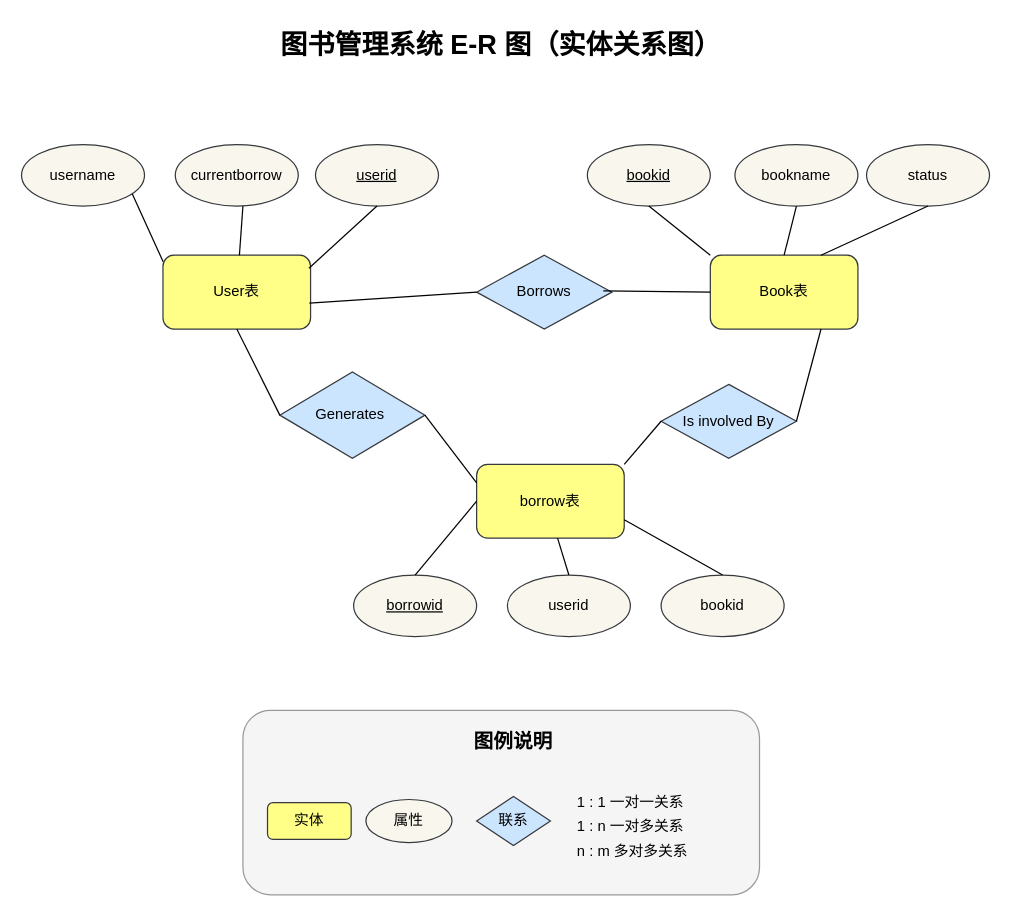
Earlier version of the draw.io diagram er-diagram/e-r图.drawio (huy264128-netizen/sql-homework). Source tidied: cells renumbered, new cells numbered last; positions are measured from the earlier drawing's top-left corner, leaving out a move shared by most shapes. Both pictures are drawn from the tidied source at 123%, with x=0, y=0 at pixel (21, 21).
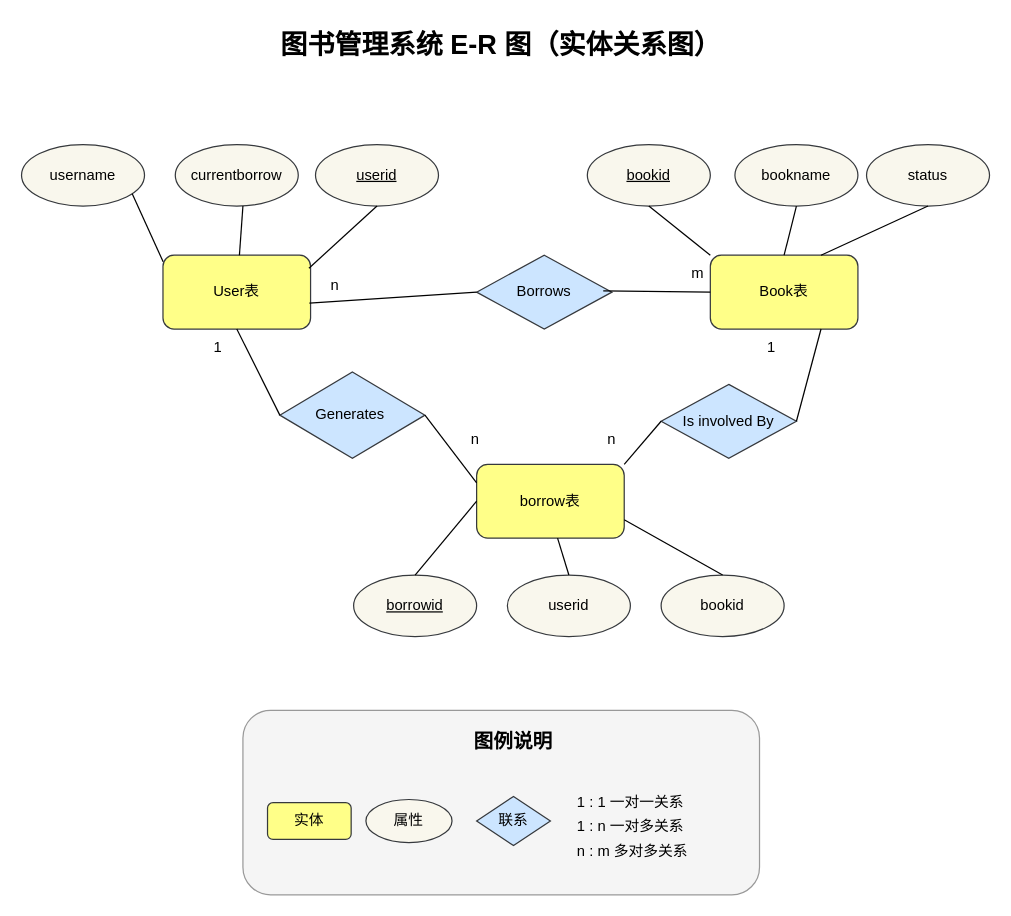
The same diagram, later.

Commit message (it also covers changes not shown here):
E-R图XML文件和截图

The edit, as a diff of the source:
```diff
@@
+    <mxCell id="42" value="1" style="text;html=1;whiteSpace=wrap;strokeColor=none;fillColor=none;align=center;verticalAlign=middle;rounded=0;" parent="1" vertex="1">
+      <mxGeometry x="130" y="250" width="60" height="30" as="geometry" />
+    </mxCell>
+    <mxCell id="43" value="n" style="text;html=1;whiteSpace=wrap;strokeColor=none;fillColor=none;align=center;verticalAlign=middle;rounded=0;" parent="1" vertex="1">
+      <mxGeometry x="339" y="325" width="60" height="30" as="geometry" />
+    </mxCell>
+    <mxCell id="44" value="1" style="text;html=1;whiteSpace=wrap;strokeColor=none;fillColor=none;align=center;verticalAlign=middle;rounded=0;" parent="1" vertex="1">
+      <mxGeometry x="580" y="250" width="60" height="30" as="geometry" />
+    </mxCell>
+    <mxCell id="45" value="n" style="text;html=1;whiteSpace=wrap;strokeColor=none;fillColor=none;align=center;verticalAlign=middle;rounded=0;" parent="1" vertex="1">
+      <mxGeometry x="450" y="325" width="60" height="30" as="geometry" />
+    </mxCell>
+    <mxCell id="46" value="n" style="text;html=1;whiteSpace=wrap;strokeColor=none;fillColor=none;align=center;verticalAlign=middle;rounded=0;" parent="1" vertex="1">
+      <mxGeometry x="225" y="200" width="60" height="30" as="geometry" />
+    </mxCell>
+    <mxCell id="47" value="m" style="text;html=1;whiteSpace=wrap;strokeColor=none;fillColor=none;align=center;verticalAlign=middle;rounded=0;" parent="1" vertex="1">
+      <mxGeometry x="520" y="190" width="60" height="30" as="geometry" />
+    </mxCell>
```
